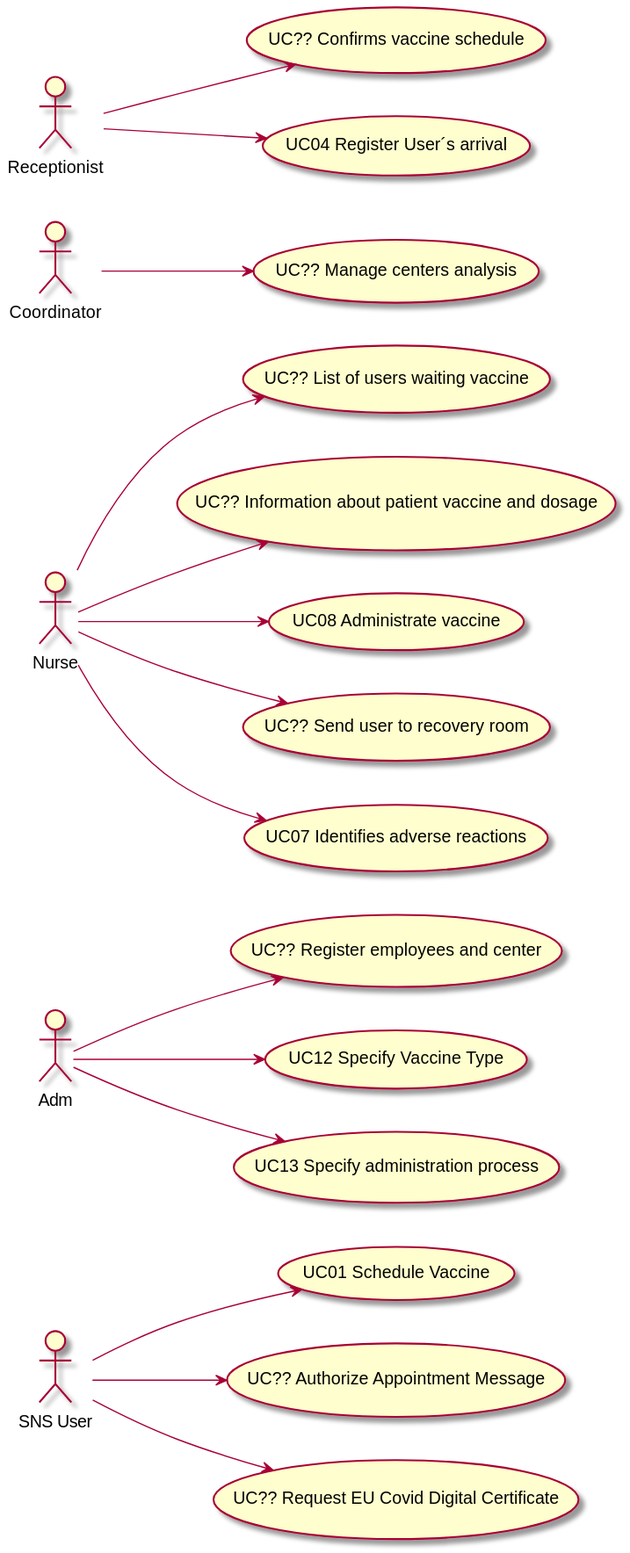
Earlier version of the PlantUML export docs/SprintA/UCD.svg (diogonapoles/isep-lapr2).
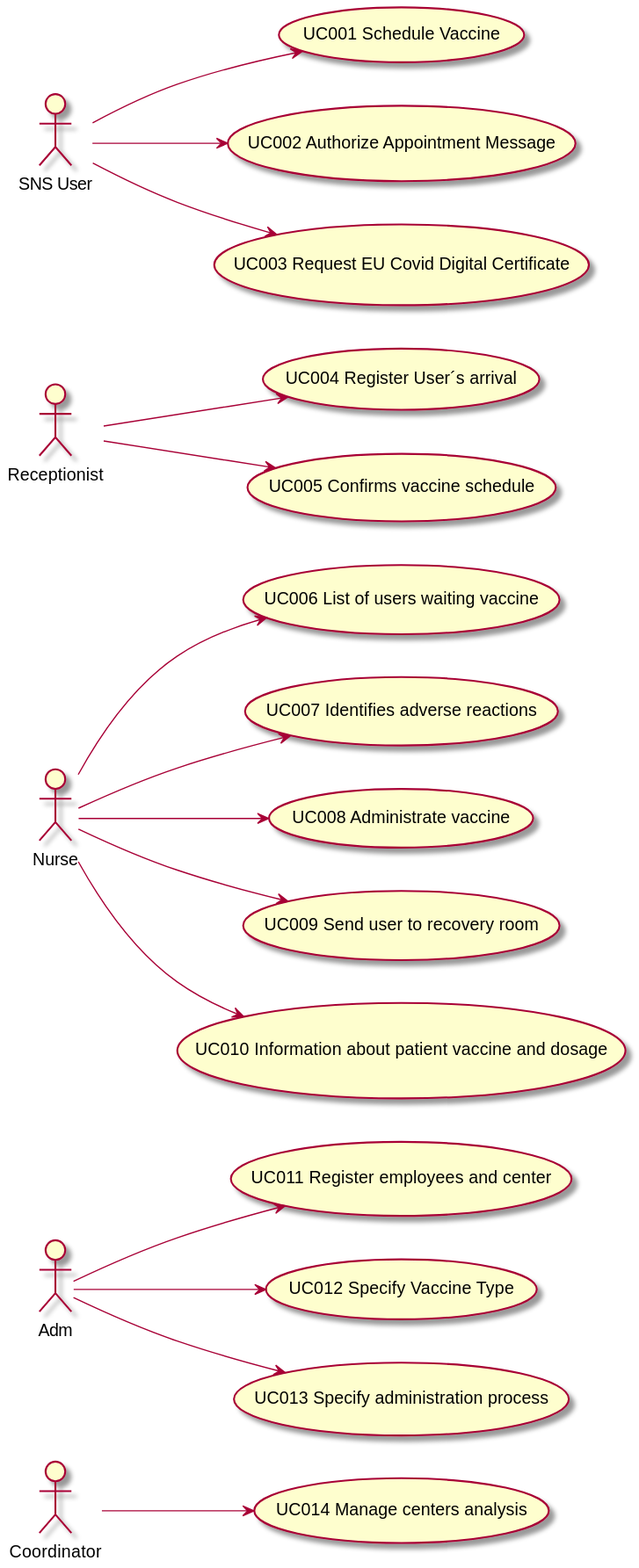
After the change.

The edit, as a diff of the source:
```diff
@@ -2,29 +2,25 @@
 left to right direction
 skinparam packageStyle rect
 
+Coordinator --> (UC014 Manage centers analysis)
+
+Adm --> (UC011 Register employees and center)
+Adm --> (UC012 Specify Vaccine Type)
+Adm --> (UC013 Specify administration process)
+
+Nurse --> (UC006 List of users waiting vaccine)
+Nurse --> (UC007 Identifies adverse reactions)
+Nurse --> (UC008 Administrate vaccine)
+Nurse --> (UC009 Send user to recovery room)
+Nurse --> (UC010 Information about patient vaccine and dosage)
+
+Receptionist --> (UC004 Register User´s arrival)
+Receptionist --> (UC005 Confirms vaccine schedule)
+
 :SNS User: as User
 
-Adm --> (UC?? Register employees and center)
-Adm --> (UC12 Specify Vaccine Type)
-Adm --> (UC13 Specify administration process)
-
-User --> (UC01 Schedule Vaccine)
-User --> (UC?? Authorize Appointment Message)
-User --> (UC?? Request EU Covid Digital Certificate)
-
-Nurse --> (UC?? List of users waiting vaccine)
-Nurse --> (UC?? Information about patient vaccine and dosage)
-Nurse --> (UC08 Administrate vaccine)
-Nurse --> (UC?? Send user to recovery room)
-Nurse --> (UC07 Identifies adverse reactions)
-
-Coordinator --> (UC?? Manage centers analysis)
-
-Receptionist --> (UC?? Confirms vaccine schedule)
-Receptionist --> (UC04 Register User´s arrival)
-
-
-
-
+User --> (UC001 Schedule Vaccine)
+User --> (UC002 Authorize Appointment Message)
+User --> (UC003 Request EU Covid Digital Certificate)
 
 @enduml
```
